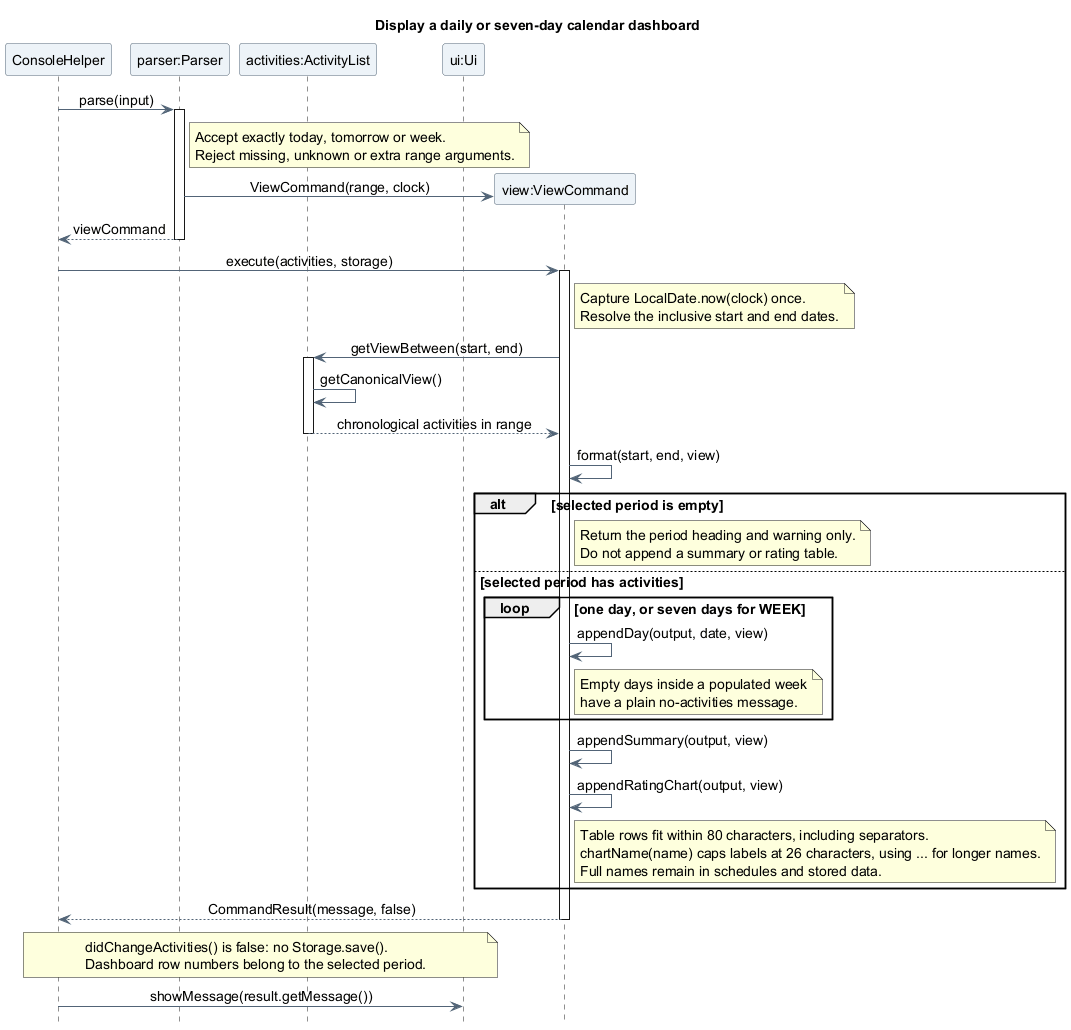
Above: docs/images/atharva/sequence/CalendarViewSequence.png in AY2627S1-CS2113-T10-4/tp (PlantUML), before the change. Its diagram source:
```plantuml
@startuml
title Display a daily or seven-day calendar dashboard
skinparam backgroundColor white
skinparam shadowing false
skinparam defaultFontName SansSerif
skinparam defaultFontSize 14
skinparam ParticipantBackgroundColor #EDF3F8
skinparam ParticipantBorderColor #526477
skinparam ArrowColor #526477
skinparam sequenceMessageAlign center
hide footbox

participant "ConsoleHelper" as Console
participant "parser:Parser" as Parser
participant "activities:ActivityList" as Activities
participant "ui:Ui" as UI

Console -> Parser : parse(input)
activate Parser
note right of Parser
  Accept exactly today, tomorrow or week.
  Reject missing, unknown or extra range arguments.
end note
create participant "view:ViewCommand" as View
Parser -> View : ViewCommand(range, clock)
Parser --> Console : viewCommand
deactivate Parser

Console -> View : execute(activities, storage)
activate View
note right of View
  Capture LocalDate.now(clock) once.
  Resolve the inclusive start and end dates.
end note
View -> Activities : getViewBetween(start, end)
activate Activities
Activities -> Activities : getCanonicalView()
Activities --> View : chronological activities in range
deactivate Activities
View -> View : format(start, end, view)
alt selected period is empty
  note right of View
    Return the period heading and warning only.
    Do not append a summary or rating table.
  end note
else selected period has activities
  loop one day, or seven days for WEEK
    View -> View : appendDay(output, date, view)
    note right of View
      Empty days inside a populated week
      have a plain no-activities message.
    end note
  end
  View -> View : appendSummary(output, view)
  View -> View : appendRatingChart(output, view)
  note right of View
    Table rows fit within 80 characters, including separators.
    chartName(name) caps labels at 26 characters, using ... for longer names.
    Full names remain in schedules and stored data.
  end note
end
View --> Console : CommandResult(message, false)
deactivate View
note over Console, UI
  didChangeActivities() is false: no Storage.save().
  Dashboard row numbers belong to the selected period.
end note
Console -> UI : showMessage(result.getMessage())
@enduml
```
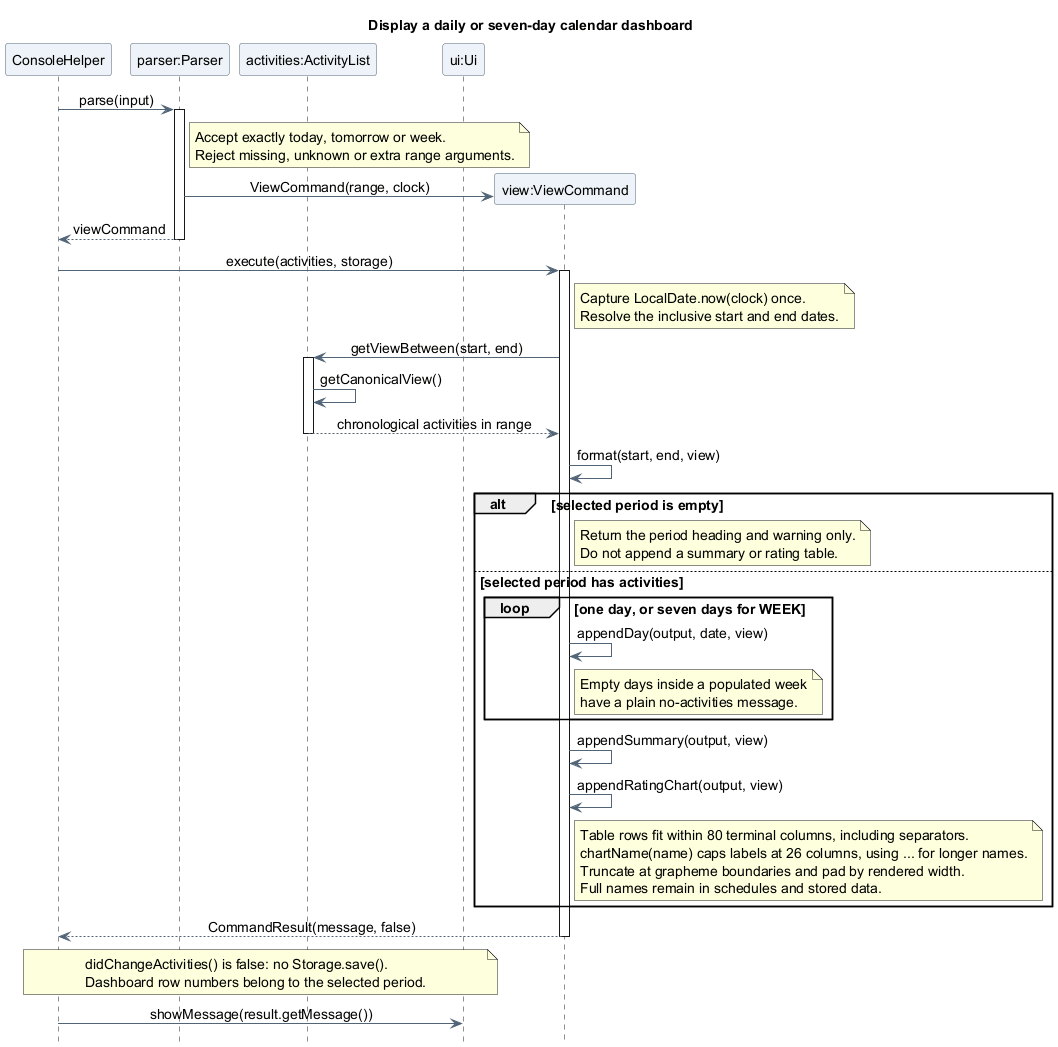
After the change.

The edit, as a diff of the source:
```diff
@@ -54,8 +54,9 @@
   View -> View : appendSummary(output, view)
   View -> View : appendRatingChart(output, view)
   note right of View
-    Table rows fit within 80 characters, including separators.
-    chartName(name) caps labels at 26 characters, using ... for longer names.
+    Table rows fit within 80 terminal columns, including separators.
+    chartName(name) caps labels at 26 columns, using ... for longer names.
+    Truncate at grapheme boundaries and pad by rendered width.
     Full names remain in schedules and stored data.
   end note
 end
```
